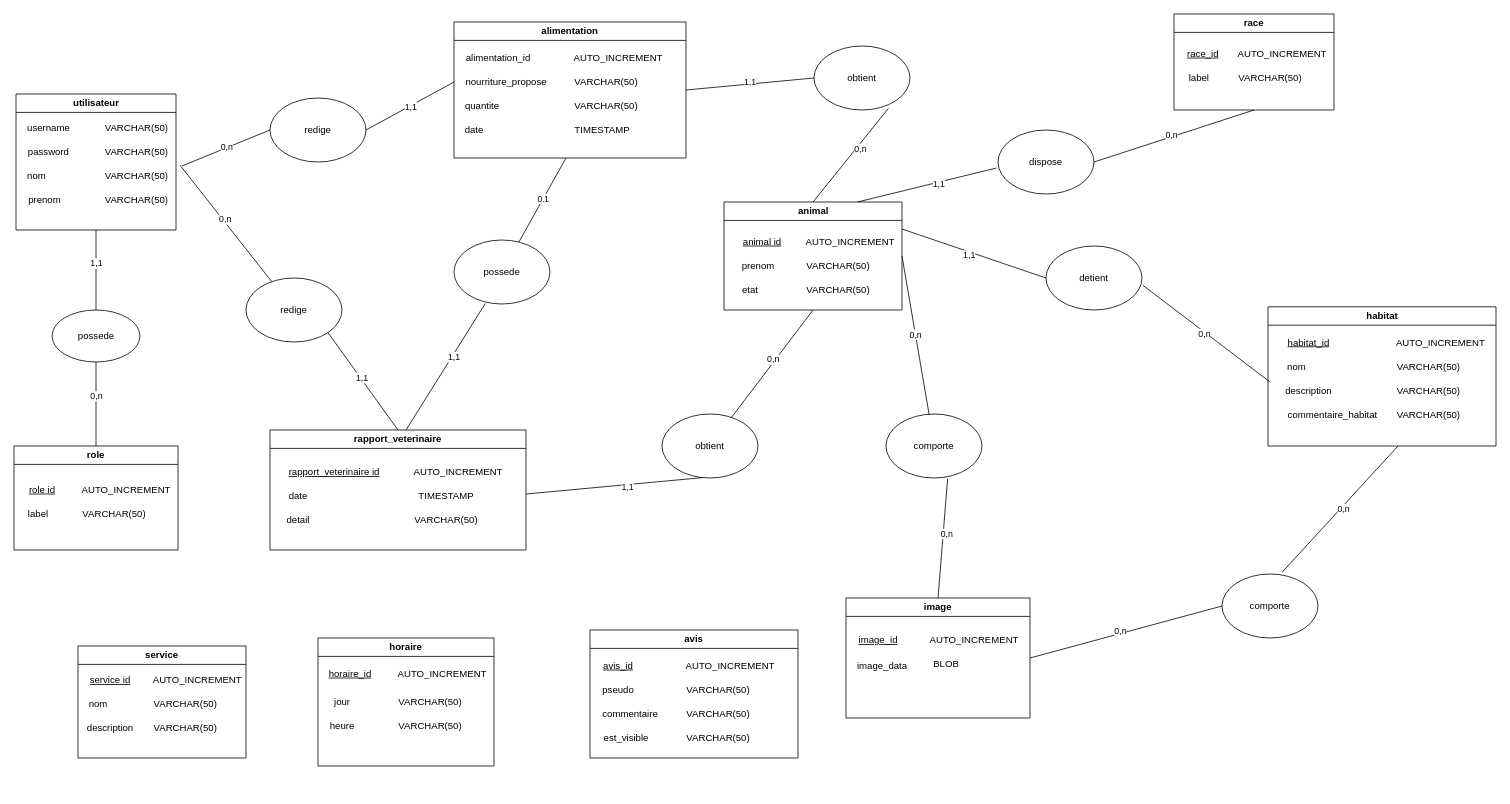
Earlier version of the draw.io diagram Diagramme sans nom.drawio (Zazaa24/ECF). Source tidied: cells renumbered, new cells numbered last; positions are measured from the earlier drawing's top-left corner, leaving out a move shared by most shapes. Both pictures are drawn from the tidied source at 80%, with x=0, y=0 at pixel (14, 14).
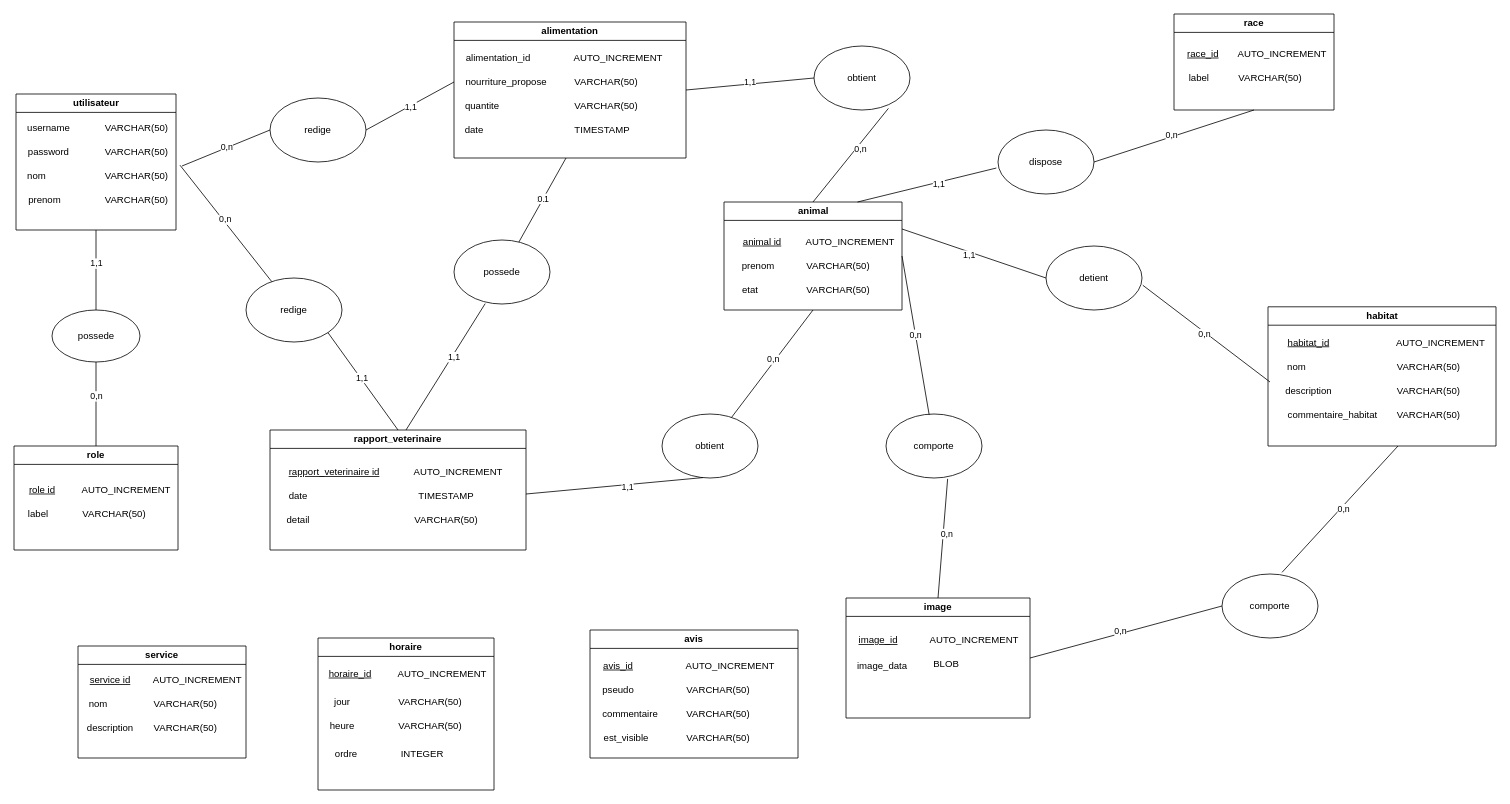
Above is the later version.

Commit message:
Mettre à jour Diagramme sans nom.drawio

The edit, as a diff of the source:
```diff
@@
     <mxCell id="125" value="horaire" style="swimlane;whiteSpace=wrap;html=1;" parent="1" vertex="1">
-      <mxGeometry x="380" y="780" width="220" height="160" as="geometry" />
+      <mxGeometry x="380" y="780" width="220" height="190" as="geometry" />
     </mxCell>
@@
+    <mxCell id="132" value="ordre" style="text;html=1;align=center;verticalAlign=middle;strokeColor=none;fillColor=none;" parent="125" vertex="1">
+      <mxGeometry x="10" y="130" width="50" height="30" as="geometry" />
+    </mxCell>
+    <mxCell id="133" value="INTEGER" style="text;html=1;align=center;verticalAlign=middle;strokeColor=none;fillColor=none;" parent="125" vertex="1">
+      <mxGeometry x="90" y="130" width="80" height="30" as="geometry" />
+    </mxCell>
```
